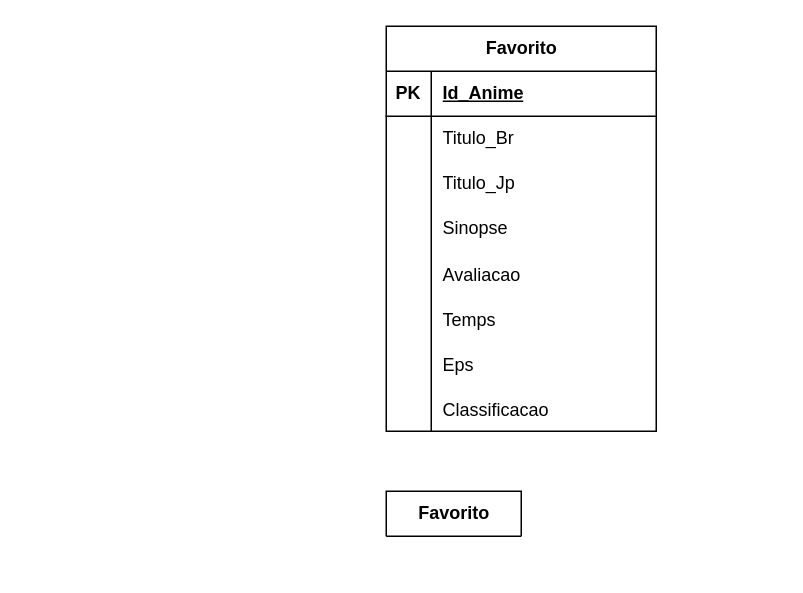
This is Diagrama sem nome.drawio from FelipeOropeza/APIKitsu, a draw.io file, before an edit. Source tidied: cells renumbered, new cells numbered last; positions are measured from the earlier drawing's top-left corner, leaving out a move shared by most shapes. Both pictures are drawn from the tidied source at 150%, with x=0, y=0 at pixel (386, 26).
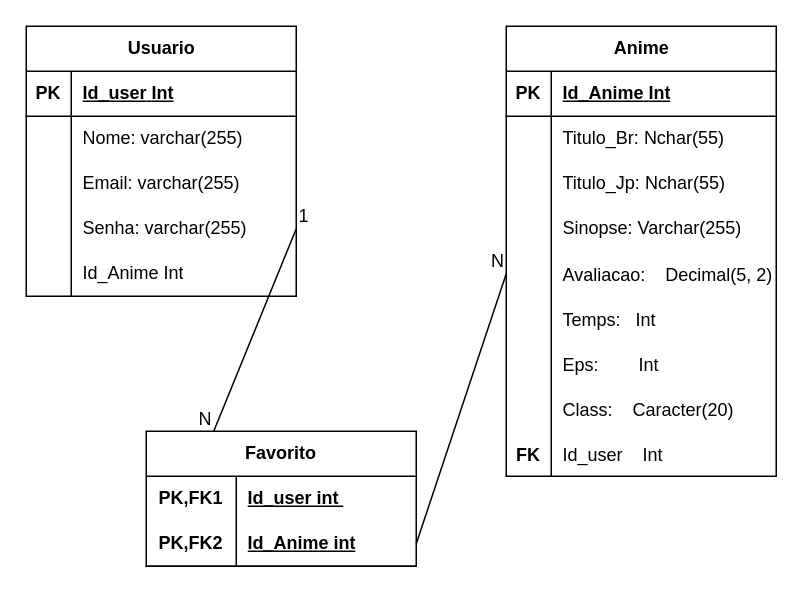
After the change.

Unchanged cells that the change refers to:
```xml
<mxCell id="3" style="shape=tableRow;horizontal=0;startSize=0;swimlaneHead=0;swimlaneBody=0;fillColor=none;top=0;left=0;right=0;bottom=1;" parent="2" vertex="1">
  <mxGeometry y="30" width="180" height="30" as="geometry" />
</mxCell>
<mxCell id="6" style="shape=tableRow;horizontal=0;startSize=0;swimlaneHead=0;swimlaneBody=0;fillColor=none;top=0;left=0;right=0;bottom=0;" parent="2" vertex="1">
  <mxGeometry y="60" width="180" height="30" as="geometry" />
</mxCell>
<mxCell id="9" style="shape=tableRow;horizontal=0;startSize=0;swimlaneHead=0;swimlaneBody=0;fillColor=none;top=0;left=0;right=0;bottom=0;" parent="2" vertex="1">
  <mxGeometry y="90" width="180" height="30" as="geometry" />
</mxCell>
<mxCell id="12" style="shape=tableRow;horizontal=0;startSize=0;swimlaneHead=0;swimlaneBody=0;fillColor=none;top=0;left=0;right=0;bottom=0;" parent="2" vertex="1">
  <mxGeometry y="120" width="180" height="30" as="geometry" />
</mxCell>
<mxCell id="15" style="shape=tableRow;horizontal=0;startSize=0;swimlaneHead=0;swimlaneBody=0;fillColor=none;points=[[0,0.5],[1,0.5]];portConstraint=eastwest;top=0;left=0;right=0;bottom=0;" parent="2" vertex="1">
  <mxGeometry y="150" width="180" height="30" as="geometry" />
</mxCell>
<mxCell id="18" style="shape=tableRow;horizontal=0;startSize=0;swimlaneHead=0;swimlaneBody=0;fillColor=none;top=0;left=0;right=0;bottom=0;" parent="2" vertex="1">
  <mxGeometry y="180" width="180" height="30" as="geometry" />
</mxCell>
<mxCell id="21" style="shape=tableRow;horizontal=0;startSize=0;swimlaneHead=0;swimlaneBody=0;fillColor=none;top=0;left=0;right=0;bottom=0;" parent="2" vertex="1">
  <mxGeometry y="210" width="180" height="30" as="geometry" />
</mxCell>
<mxCell id="24" style="shape=tableRow;horizontal=0;startSize=0;swimlaneHead=0;swimlaneBody=0;fillColor=none;top=0;left=0;right=0;bottom=0;" parent="2" vertex="1">
  <mxGeometry y="240" width="180" height="30" as="geometry" />
</mxCell>
```

Diff of the diagram source:
```diff
@@
-    <mxCell id="2" value="Favorito" style="shape=table;startSize=30;childLayout=tableLayout;rowLines=0;fontStyle=1;align=center;html=1;strokeColor=default;perimeterSpacing=0;" parent="1" vertex="1">
-      <mxGeometry width="180" height="270" as="geometry" />
+    <mxCell id="2" value="Anime" style="shape=table;startSize=30;childLayout=tableLayout;rowLines=0;fontStyle=1;align=center;html=1;strokeColor=default;perimeterSpacing=0;" parent="1" vertex="1">
+      <mxGeometry x="80" width="180" height="300" as="geometry" />
     </mxCell>
@@
-    <mxCell id="5" value="Id_Anime" style="shape=partialRectangle;fillColor=none;top=0;left=0;bottom=0;right=0;align=left;spacingLeft=6;fontStyle=5;overflow=hidden;whiteSpace=wrap;html=1;" parent="3" vertex="1">
+    <mxCell id="5" value="Id_Anime&lt;span style=&quot;white-space: pre;&quot;&gt; &lt;/span&gt;Int" style="shape=partialRectangle;fillColor=none;top=0;left=0;bottom=0;right=0;align=left;spacingLeft=6;fontStyle=5;overflow=hidden;whiteSpace=wrap;html=1;" parent="3" vertex="1">
       <mxGeometry x="30" width="150" height="30" as="geometry" />
     </mxCell>
@@
-    <mxCell id="8" value="Titulo_Br" style="shape=partialRectangle;fillColor=none;top=0;left=0;bottom=0;right=0;align=left;spacingLeft=6;overflow=hidden;whiteSpace=wrap;html=1;" parent="6" vertex="1">
+    <mxCell id="8" value="Titulo_Br:&lt;span style=&quot;white-space: pre;&quot;&gt; &lt;/span&gt;Nchar(55)" style="shape=partialRectangle;fillColor=none;top=0;left=0;bottom=0;right=0;align=left;spacingLeft=6;overflow=hidden;whiteSpace=wrap;html=1;" parent="6" vertex="1">
       <mxGeometry x="30" width="150" height="30" as="geometry" />
     </mxCell>
@@
-    <mxCell id="11" value="Titulo_Jp" style="shape=partialRectangle;fillColor=none;top=0;left=0;bottom=0;right=0;align=left;spacingLeft=6;overflow=hidden;whiteSpace=wrap;html=1;" parent="9" vertex="1">
+    <mxCell id="11" value="Titulo_Jp:&lt;span style=&quot;white-space: pre;&quot;&gt; &lt;/span&gt;Nchar(55)&lt;span style=&quot;white-space: pre;&quot;&gt; &lt;/span&gt;" style="shape=partialRectangle;fillColor=none;top=0;left=0;bottom=0;right=0;align=left;spacingLeft=6;overflow=hidden;whiteSpace=wrap;html=1;" parent="9" vertex="1">
       <mxGeometry x="30" width="150" height="30" as="geometry" />
     </mxCell>
@@
-    <mxCell id="14" value="Sinopse" style="shape=partialRectangle;fillColor=none;top=0;left=0;bottom=0;right=0;align=left;spacingLeft=6;overflow=hidden;whiteSpace=wrap;html=1;" parent="12" vertex="1">
+    <mxCell id="14" value="Sinopse:&lt;span style=&quot;white-space: pre;&quot;&gt; &lt;/span&gt;Varchar(255)" style="shape=partialRectangle;fillColor=none;top=0;left=0;bottom=0;right=0;align=left;spacingLeft=6;overflow=hidden;whiteSpace=wrap;html=1;" parent="12" vertex="1">
       <mxGeometry x="30" width="150" height="30" as="geometry" />
     </mxCell>
@@
-    <mxCell id="17" value="Avaliacao" style="shape=partialRectangle;fillColor=none;top=0;left=0;bottom=0;right=0;align=left;spacingLeft=6;overflow=hidden;" parent="15" vertex="1">
+    <mxCell id="17" value="Avaliacao:    Decimal(5, 2)" style="shape=partialRectangle;fillColor=none;top=0;left=0;bottom=0;right=0;align=left;spacingLeft=6;overflow=hidden;" parent="15" vertex="1">
       <mxGeometry x="30" width="150" height="30" as="geometry" />
     </mxCell>
@@
-    <mxCell id="20" value="Temps" style="shape=partialRectangle;fillColor=none;top=0;left=0;bottom=0;right=0;align=left;spacingLeft=6;overflow=hidden;" parent="18" vertex="1">
+    <mxCell id="20" value="Temps:   Int" style="shape=partialRectangle;fillColor=none;top=0;left=0;bottom=0;right=0;align=left;spacingLeft=6;overflow=hidden;" parent="18" vertex="1">
       <mxGeometry x="30" width="150" height="30" as="geometry" />
     </mxCell>
@@
-    <mxCell id="23" value="Eps" style="shape=partialRectangle;fillColor=none;top=0;left=0;bottom=0;right=0;align=left;spacingLeft=6;overflow=hidden;" parent="21" vertex="1">
+    <mxCell id="23" value="Eps:        Int" style="shape=partialRectangle;fillColor=none;top=0;left=0;bottom=0;right=0;align=left;spacingLeft=6;overflow=hidden;" parent="21" vertex="1">
       <mxGeometry x="30" width="150" height="30" as="geometry" />
     </mxCell>
@@
-    <mxCell id="26" value="Classificacao" style="shape=partialRectangle;fillColor=none;top=0;left=0;bottom=0;right=0;align=left;spacingLeft=6;overflow=hidden;" parent="24" vertex="1">
+    <mxCell id="26" value="Class:    Caracter(20)" style="shape=partialRectangle;fillColor=none;top=0;left=0;bottom=0;right=0;align=left;spacingLeft=6;overflow=hidden;" parent="24" vertex="1">
       <mxGeometry x="30" width="150" height="30" as="geometry" />
     </mxCell>
+    <mxCell id="28" style="shape=tableRow;horizontal=0;startSize=0;swimlaneHead=0;swimlaneBody=0;fillColor=none;top=0;left=0;right=0;bottom=0;" parent="2" vertex="1">
+      <mxGeometry y="270" width="180" height="30" as="geometry" />
+    </mxCell>
+    <mxCell id="29" value="FK" style="shape=partialRectangle;fillColor=none;top=0;left=0;bottom=0;right=0;overflow=hidden;fontStyle=1;" parent="28" vertex="1">
+      <mxGeometry width="30" height="30" as="geometry" />
+    </mxCell>
+    <mxCell id="30" value="Id_user    Int" style="shape=partialRectangle;fillColor=none;top=0;left=0;bottom=0;right=0;align=left;spacingLeft=6;overflow=hidden;" parent="28" vertex="1">
+      <mxGeometry x="30" width="150" height="30" as="geometry" />
+    </mxCell>
+    <mxCell id="31" value="Usuario" style="shape=table;startSize=30;childLayout=tableLayout;rowLines=0;fontStyle=1;align=center;html=1;strokeColor=default;perimeterSpacing=0;" parent="1" vertex="1">
+      <mxGeometry x="-240" width="180" height="180" as="geometry" />
+    </mxCell>
+    <mxCell id="32" style="shape=tableRow;horizontal=0;startSize=0;swimlaneHead=0;swimlaneBody=0;fillColor=none;top=0;left=0;right=0;bottom=1;" parent="31" vertex="1">
+      <mxGeometry y="30" width="180" height="30" as="geometry" />
+    </mxCell>
+    <mxCell id="33" value="PK" style="shape=partialRectangle;fillColor=none;top=0;left=0;bottom=0;right=0;fontStyle=1;overflow=hidden;whiteSpace=wrap;html=1;" parent="32" vertex="1">
+      <mxGeometry width="30" height="30" as="geometry" />
+    </mxCell>
+    <mxCell id="34" value="Id_user&lt;span style=&quot;white-space: pre;&quot;&gt; &lt;/span&gt;Int" style="shape=partialRectangle;fillColor=none;top=0;left=0;bottom=0;right=0;align=left;spacingLeft=6;fontStyle=5;overflow=hidden;whiteSpace=wrap;html=1;" parent="32" vertex="1">
+      <mxGeometry x="30" width="150" height="30" as="geometry" />
+    </mxCell>
+    <mxCell id="35" style="shape=tableRow;horizontal=0;startSize=0;swimlaneHead=0;swimlaneBody=0;fillColor=none;top=0;left=0;right=0;bottom=0;" parent="31" vertex="1">
+      <mxGeometry y="60" width="180" height="30" as="geometry" />
+    </mxCell>
+    <mxCell id="36" style="shape=partialRectangle;fillColor=none;top=0;left=0;bottom=0;right=0;overflow=hidden;whiteSpace=wrap;html=1;" parent="35" vertex="1">
+      <mxGeometry width="30" height="30" as="geometry" />
+    </mxCell>
+    <mxCell id="37" value="Nome: varchar(255)" style="shape=partialRectangle;fillColor=none;top=0;left=0;bottom=0;right=0;align=left;spacingLeft=6;overflow=hidden;whiteSpace=wrap;html=1;" parent="35" vertex="1">
+      <mxGeometry x="30" width="150" height="30" as="geometry" />
+    </mxCell>
+    <mxCell id="38" style="shape=tableRow;horizontal=0;startSize=0;swimlaneHead=0;swimlaneBody=0;fillColor=none;top=0;left=0;right=0;bottom=0;" parent="31" vertex="1">
+      <mxGeometry y="90" width="180" height="30" as="geometry" />
+    </mxCell>
+    <mxCell id="39" style="shape=partialRectangle;fillColor=none;top=0;left=0;bottom=0;right=0;overflow=hidden;whiteSpace=wrap;html=1;" parent="38" vertex="1">
+      <mxGeometry width="30" height="30" as="geometry" />
+    </mxCell>
+    <mxCell id="40" value="Email: varchar(255)" style="shape=partialRectangle;fillColor=none;top=0;left=0;bottom=0;right=0;align=left;spacingLeft=6;overflow=hidden;whiteSpace=wrap;html=1;" parent="38" vertex="1">
+      <mxGeometry x="30" width="150" height="30" as="geometry" />
+    </mxCell>
+    <mxCell id="41" style="shape=tableRow;horizontal=0;startSize=0;swimlaneHead=0;swimlaneBody=0;fillColor=none;points=[[0,0.5],[1,0.5]];portConstraint=eastwest;top=0;left=0;right=0;bottom=0;" parent="31" vertex="1">
+      <mxGeometry y="120" width="180" height="30" as="geometry" />
+    </mxCell>
+    <mxCell id="42" style="shape=partialRectangle;fillColor=none;top=0;left=0;bottom=0;right=0;overflow=hidden;whiteSpace=wrap;html=1;" parent="41" vertex="1">
+      <mxGeometry width="30" height="30" as="geometry" />
+    </mxCell>
+    <mxCell id="43" value="Senha: varchar(255)" style="shape=partialRectangle;fillColor=none;top=0;left=0;bottom=0;right=0;align=left;spacingLeft=6;overflow=hidden;whiteSpace=wrap;html=1;" parent="41" vertex="1">
+      <mxGeometry x="30" width="150" height="30" as="geometry" />
+    </mxCell>
+    <mxCell id="44" style="shape=tableRow;horizontal=0;startSize=0;swimlaneHead=0;swimlaneBody=0;fillColor=none;top=0;left=0;right=0;bottom=0;" parent="31" vertex="1">
+      <mxGeometry y="150" width="180" height="30" as="geometry" />
+    </mxCell>
+    <mxCell id="45" style="shape=partialRectangle;fillColor=none;top=0;left=0;bottom=0;right=0;overflow=hidden;whiteSpace=wrap;html=1;" parent="44" vertex="1">
+      <mxGeometry width="30" height="30" as="geometry" />
+    </mxCell>
+    <mxCell id="46" value="Id_Anime Int" style="shape=partialRectangle;fillColor=none;top=0;left=0;bottom=0;right=0;align=left;spacingLeft=6;overflow=hidden;whiteSpace=wrap;html=1;" parent="44" vertex="1">
+      <mxGeometry x="30" width="150" height="30" as="geometry" />
+    </mxCell>
+    <mxCell id="47" style="endArrow=none;html=1;rounded=0;entryX=0.25;entryY=0;entryDx=0;entryDy=0;exitX=1;exitY=0.5;exitDx=0;exitDy=0;" parent="1" edge="1" source="41" target="27">
+      <mxGeometry relative="1" as="geometry" />
+    </mxCell>
+    <mxCell id="48" value="1" style="html=1;whiteSpace=wrap;align=left;verticalAlign=bottom;" parent="47" vertex="1">
+      <mxGeometry x="-1" relative="1" as="geometry" />
+    </mxCell>
+    <mxCell id="49" value="N" style="html=1;whiteSpace=wrap;align=right;verticalAlign=bottom;" parent="47" vertex="1">
+      <mxGeometry x="1" relative="1" as="geometry" />
+    </mxCell>
-    <mxCell id="27" value="Favorito" style="shape=table;startSize=30;childLayout=tableLayout;rowLines=0;fontStyle=1;align=center;html=1;strokeColor=default;perimeterSpacing=0;" parent="1" vertex="1" collapsed="1">
-      <mxGeometry y="310" width="90" height="30" as="geometry" />
+    <mxCell id="27" value="Favorito" style="shape=table;startSize=30;childLayout=tableLayout;rowLines=0;fontStyle=1;align=center;html=1;whiteSpace=wrap;" parent="1" vertex="1">
+      <mxGeometry x="-160" y="270" width="180" height="90" as="geometry" />
     </mxCell>
+    <mxCell id="50" style="shape=tableRow;horizontal=0;startSize=0;swimlaneHead=0;swimlaneBody=0;fillColor=none;top=0;left=0;right=0;bottom=0;html=1;" parent="27" vertex="1">
+      <mxGeometry y="30" width="180" height="30" as="geometry" />
+    </mxCell>
+    <mxCell id="51" value="PK,FK1" style="shape=partialRectangle;fillColor=none;top=0;left=0;bottom=0;right=0;fontStyle=1;overflow=hidden;html=1;whiteSpace=wrap;" parent="50" vertex="1">
+      <mxGeometry width="60" height="30" as="geometry" />
+    </mxCell>
+    <mxCell id="52" value="Id_user int&amp;nbsp;" style="shape=partialRectangle;fillColor=none;top=0;left=0;bottom=0;right=0;align=left;spacingLeft=6;fontStyle=5;overflow=hidden;html=1;whiteSpace=wrap;" parent="50" vertex="1">
+      <mxGeometry x="60" width="120" height="30" as="geometry" />
+    </mxCell>
+    <mxCell id="53" style="shape=tableRow;horizontal=0;startSize=0;swimlaneHead=0;swimlaneBody=0;fillColor=none;points=[[0,0.5],[1,0.5]];portConstraint=eastwest;top=0;left=0;right=0;bottom=1;html=1;" parent="27" vertex="1">
+      <mxGeometry y="60" width="180" height="30" as="geometry" />
+    </mxCell>
+    <mxCell id="54" value="PK,FK2" style="shape=partialRectangle;fillColor=none;top=0;left=0;bottom=0;right=0;fontStyle=1;overflow=hidden;html=1;whiteSpace=wrap;" parent="53" vertex="1">
+      <mxGeometry width="60" height="30" as="geometry" />
+    </mxCell>
+    <mxCell id="55" value="Id_Anime int" style="shape=partialRectangle;fillColor=none;top=0;left=0;bottom=0;right=0;align=left;spacingLeft=6;fontStyle=5;overflow=hidden;html=1;whiteSpace=wrap;" parent="53" vertex="1">
+      <mxGeometry x="60" width="120" height="30" as="geometry" />
+    </mxCell>
+    <mxCell id="56" style="endArrow=none;html=1;rounded=0;entryX=0;entryY=0.5;entryDx=0;entryDy=0;exitX=1;exitY=0.5;exitDx=0;exitDy=0;" parent="1" edge="1" source="53" target="15">
+      <mxGeometry relative="1" as="geometry" />
+    </mxCell>
+    <mxCell id="57" value="N" style="html=1;whiteSpace=wrap;align=right;verticalAlign=bottom;" parent="56" vertex="1">
+      <mxGeometry x="1" relative="1" as="geometry" />
+    </mxCell>
```
